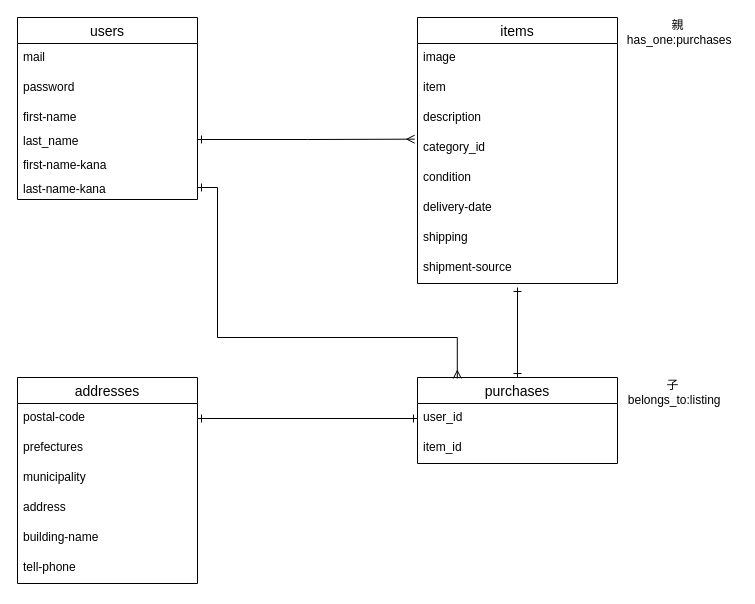
The draw.io diagram test.dio in yuniii1/furima--29816-, before the edit. Source tidied: cells renumbered, new cells numbered last; positions are measured from the earlier drawing's top-left corner, leaving out a move shared by most shapes. Both pictures are drawn from the tidied source at 100%, with x=0, y=0 at pixel (17, 17).
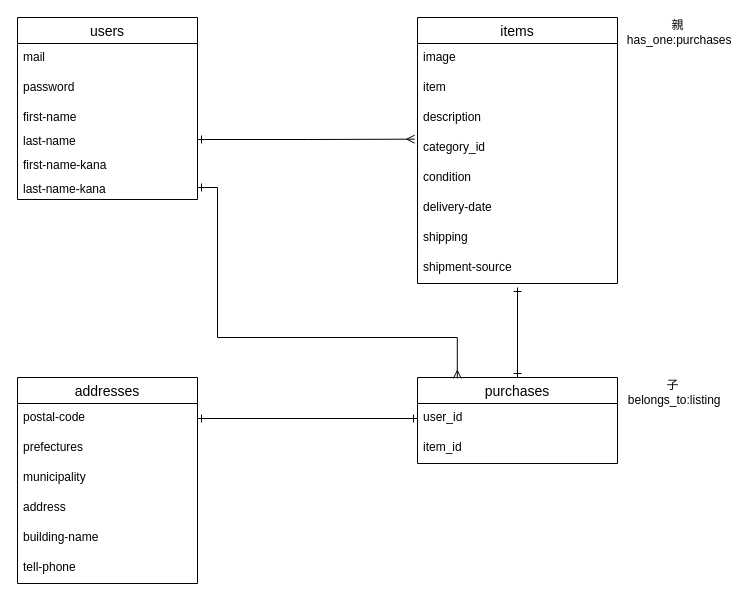
Above is the later version.

The change refers to these unchanged cells:
```xml
<mxCell id="24" value="users" style="swimlane;fontStyle=0;horizontal=1;startSize=26;align=center;fontSize=14;" parent="1" vertex="1">
  <mxGeometry width="180" height="182" as="geometry" />
</mxCell>
```

Diff of the diagram source:
```diff
@@
-    <mxCell id="28" value="last_name" style="text;strokeColor=none;fillColor=none;spacingLeft=4;spacingRight=4;overflow=hidden;points=[[0,0.5],[1,0.5]];portConstraint=eastwest;fontSize=12;" parent="24" vertex="1">
+    <mxCell id="28" value="last-name" style="text;strokeColor=none;fillColor=none;spacingLeft=4;spacingRight=4;overflow=hidden;points=[[0,0.5],[1,0.5]];portConstraint=eastwest;fontSize=12;" parent="24" vertex="1">
       <mxGeometry y="110" width="180" height="24" as="geometry" />
     </mxCell>
```
